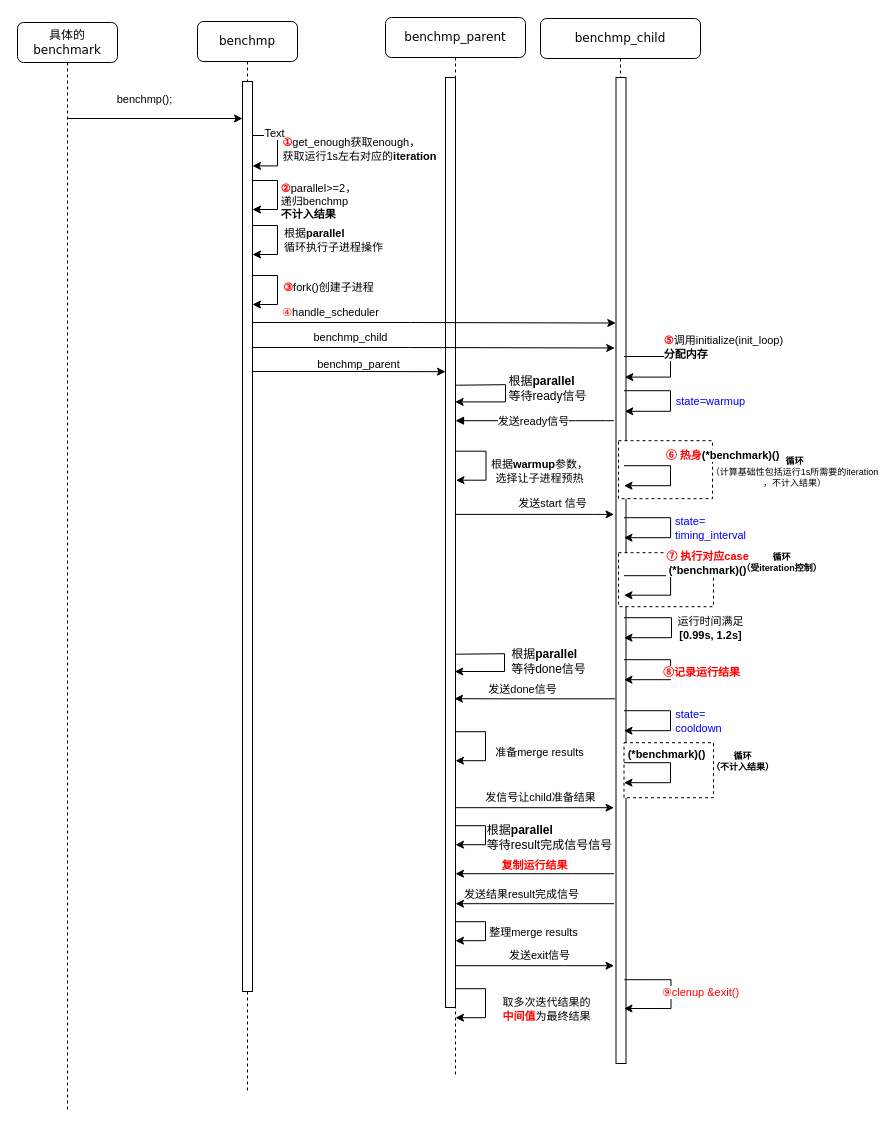
This is page "Page-1" (1 of 2) of lmbench.drawio from michaelyaoxxx/draw_io, a draw.io file, before an edit. Source tidied: cells renumbered, new cells numbered last; positions are measured from the earlier drawing's top-left corner, leaving out a move shared by most shapes. Both pictures are drawn from the tidied source at 100%, with x=0, y=0 at pixel (17, 17).
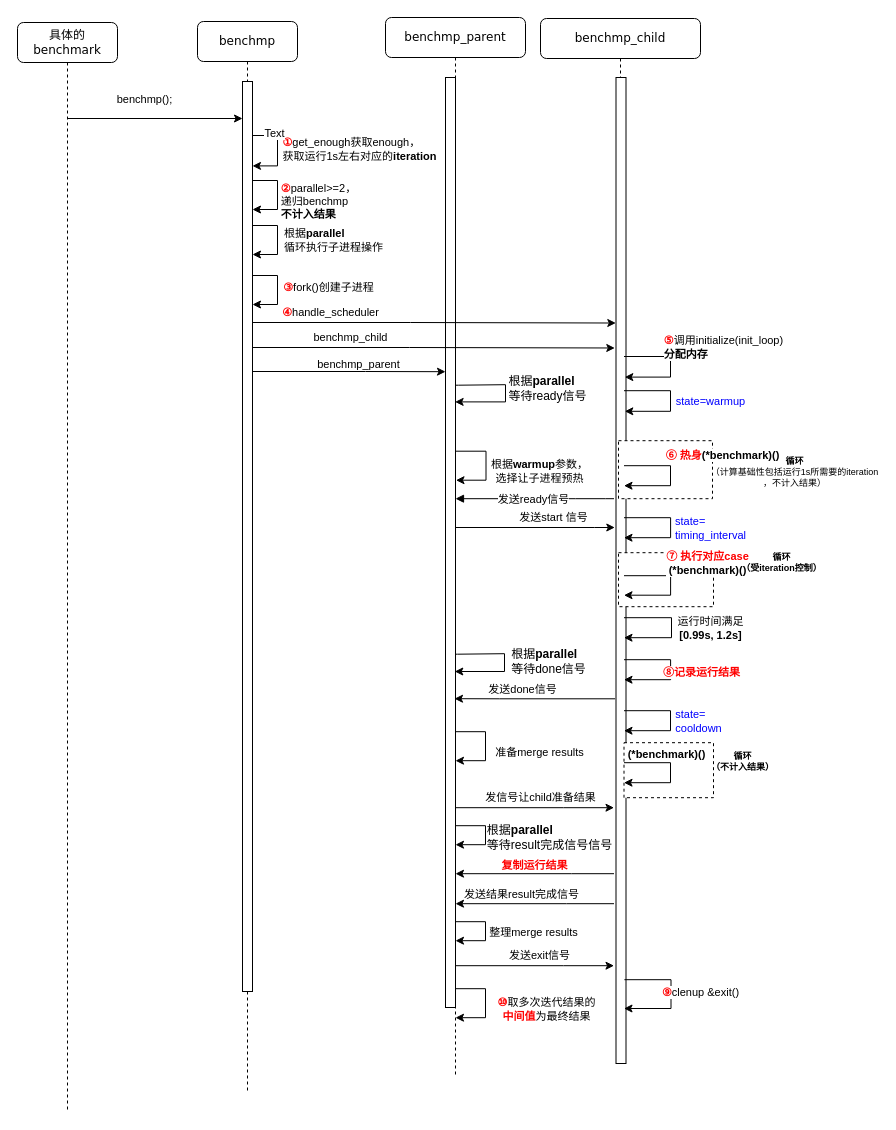
After the change.

The change refers to these unchanged cells:
```xml
<mxCell id="2" value="benchmp_child" style="shape=umlLifeline;perimeter=lifelinePerimeter;whiteSpace=wrap;html=1;rounded=1;shadow=0;comic=0;labelBackgroundColor=none;strokeWidth=1;fontFamily=Verdana;fontSize=12;align=center;" parent="1" vertex="1">
  <mxGeometry x="523" y="1" width="160" height="1046" as="geometry" />
</mxCell>
<mxCell id="4" value="benchmp_parent" style="shape=umlLifeline;perimeter=lifelinePerimeter;whiteSpace=wrap;html=1;rounded=1;shadow=0;comic=0;labelBackgroundColor=none;strokeWidth=1;fontFamily=Verdana;fontSize=12;align=center;" parent="1" vertex="1">
  <mxGeometry x="368" width="140" height="1060" as="geometry" />
</mxCell>
<mxCell id="15" style="edgeStyle=orthogonalEdgeStyle;rounded=0;orthogonalLoop=1;jettySize=auto;html=1;entryX=0.96;entryY=0.753;entryDx=0;entryDy=0;entryPerimeter=0;" parent="4" edge="1">
  <mxGeometry relative="1" as="geometry">
    <mxPoint x="238.9" y="962.2" as="sourcePoint" />
    <mxPoint x="238.5" y="991" as="targetPoint" />
    <Array as="points">
      <mxPoint x="285.5" y="962.1" />
      <mxPoint x="285.5" y="991.1" />
    </Array>
  </mxGeometry>
</mxCell>
<mxCell id="39" style="edgeStyle=orthogonalEdgeStyle;rounded=0;orthogonalLoop=1;jettySize=auto;html=1;" parent="4" edge="1">
  <mxGeometry relative="1" as="geometry">
    <mxPoint x="70" y="971.2" as="sourcePoint" />
    <mxPoint x="70" y="1000.2" as="targetPoint" />
    <Array as="points">
      <mxPoint x="100" y="971.2" />
      <mxPoint x="100" y="1000.2" />
    </Array>
  </mxGeometry>
</mxCell>
<mxCell id="75" style="edgeStyle=orthogonalEdgeStyle;rounded=0;jettySize=auto;html=1;entryX=-0.019;entryY=0.249;entryDx=0;entryDy=0;entryPerimeter=0;" parent="1" edge="1" target="3">
  <mxGeometry relative="1" as="geometry">
    <mxPoint x="235" y="305" as="sourcePoint" />
    <Array as="points">
      <mxPoint x="393" y="305" />
    </Array>
  </mxGeometry>
</mxCell>
```

The edit, as a diff of the source:
```diff
@@
+    <mxCell id="52" style="edgeStyle=orthogonalEdgeStyle;rounded=0;orthogonalLoop=1;jettySize=auto;html=1;exitX=0.922;exitY=0.476;exitDx=0;exitDy=0;exitPerimeter=0;" parent="2" edge="1">
+      <mxGeometry relative="1" as="geometry">
+        <mxPoint x="-85" y="509" as="sourcePoint" />
+        <mxPoint x="74.3" y="509" as="targetPoint" />
+        <Array as="points">
+          <mxPoint x="53.8" y="509.3" />
+          <mxPoint x="53.8" y="509.3" />
+        </Array>
+      </mxGeometry>
+    </mxCell>
+    <mxCell id="53" value="&lt;div style=&quot;text-align: left;&quot;&gt;&lt;div&gt;发送start 信号&lt;/div&gt;&lt;/div&gt;" style="edgeLabel;html=1;align=center;verticalAlign=middle;" parent="52" vertex="1">
+      <mxGeometry x="-0.45" relative="1" as="geometry">
+        <mxPoint x="53" y="-11" as="offset" />
+      </mxGeometry>
+    </mxCell>
@@
-    <mxCell id="16" value="&lt;div style=&quot;text-align: left;&quot;&gt;&lt;font color=&quot;#ff0000&quot;&gt;⑨clenup &amp;amp;exit()&lt;/font&gt;&lt;br&gt;&lt;/div&gt;" style="edgeLabel;html=1;align=center;verticalAlign=middle;" parent="15" vertex="1">
+    <mxCell id="16" value="&lt;div style=&quot;text-align: left;&quot;&gt;&lt;font&gt;&lt;b style=&quot;color: light-dark(rgb(255, 0, 0), rgb(255, 144, 144));&quot;&gt;⑨&lt;/b&gt;&lt;font style=&quot;color: rgb(0, 0, 0);&quot;&gt;clenup &amp;amp;exit()&lt;/font&gt;&lt;/font&gt;&lt;br&gt;&lt;/div&gt;" style="edgeLabel;html=1;align=center;verticalAlign=middle;" parent="15" vertex="1">
       <mxGeometry x="-0.45" relative="1" as="geometry">
         <mxPoint x="42" y="12" as="offset" />
       </mxGeometry>
     </mxCell>
@@
-    <mxCell id="40" value="&lt;font color=&quot;#000000&quot;&gt;取多次迭代结果的&lt;br&gt;&lt;/font&gt;&lt;b style=&quot;&quot;&gt;中间值&lt;/b&gt;&lt;font color=&quot;#000000&quot;&gt;为最终结果&lt;/font&gt;" style="edgeLabel;html=1;align=center;verticalAlign=middle;fontColor=#FF0000;" parent="39" vertex="1">
+    <mxCell id="40" value="&lt;font&gt;&lt;b style=&quot;&quot;&gt;&lt;font style=&quot;color: rgb(255, 0, 0);&quot;&gt;⑩&lt;/font&gt;&lt;/b&gt;&lt;font style=&quot;color: rgb(0, 0, 0);&quot;&gt;取多次迭代结果的&lt;/font&gt;&lt;br&gt;&lt;/font&gt;&lt;b style=&quot;&quot;&gt;中间值&lt;/b&gt;&lt;font color=&quot;#000000&quot;&gt;为最终结果&lt;/font&gt;" style="edgeLabel;html=1;align=center;verticalAlign=middle;fontColor=#FF0000;" parent="39" vertex="1">
       <mxGeometry x="-0.47" y="-1" relative="1" as="geometry">
         <mxPoint x="66" y="19" as="offset" />
       </mxGeometry>
     </mxCell>
@@
     <mxCell id="51" value="&lt;span style=&quot;text-align: left;&quot;&gt;发送ready信号&lt;/span&gt;" style="html=1;verticalAlign=bottom;endArrow=block;rounded=0;" parent="4" edge="1">
       <mxGeometry x="0.02" y="10" relative="1" as="geometry">
-        <mxPoint x="228.5" y="403.2" as="sourcePoint" />
-        <mxPoint x="70" y="403.2" as="targetPoint" />
+        <mxPoint x="228.5" y="481.2" as="sourcePoint" />
+        <mxPoint x="70" y="481.2" as="targetPoint" />
         <Array as="points">
-          <mxPoint x="220" y="403.2" />
-          <mxPoint x="190" y="403.2" />
+          <mxPoint x="220" y="481.2" />
+          <mxPoint x="190" y="481.2" />
         </Array>
       </mxGeometry>
     </mxCell>
-    <mxCell id="52" style="edgeStyle=orthogonalEdgeStyle;rounded=0;orthogonalLoop=1;jettySize=auto;html=1;exitX=0.922;exitY=0.476;exitDx=0;exitDy=0;exitPerimeter=0;" parent="4" edge="1">
-      <mxGeometry relative="1" as="geometry">
-        <mxPoint x="69.2" y="496.9" as="sourcePoint" />
-        <mxPoint x="228.5" y="496.9" as="targetPoint" />
-        <Array as="points">
-          <mxPoint x="208" y="497.2" />
-          <mxPoint x="208" y="497.2" />
-        </Array>
-      </mxGeometry>
-    </mxCell>
-    <mxCell id="53" value="&lt;div style=&quot;text-align: left;&quot;&gt;&lt;div&gt;发送start 信号&lt;/div&gt;&lt;/div&gt;" style="edgeLabel;html=1;align=center;verticalAlign=middle;" parent="52" vertex="1">
-      <mxGeometry x="-0.45" relative="1" as="geometry">
-        <mxPoint x="53" y="-11" as="offset" />
-      </mxGeometry>
-    </mxCell>
@@
-    <mxCell id="76" value="&lt;div style=&quot;text-align: left;&quot;&gt;&lt;div&gt;&lt;font style=&quot;color: rgb(255, 0, 0);&quot;&gt;④&lt;/font&gt;handle_scheduler&lt;/div&gt;&lt;/div&gt;" style="edgeLabel;html=1;align=center;verticalAlign=middle;" parent="75" vertex="1">
+    <mxCell id="76" value="&lt;div style=&quot;text-align: left;&quot;&gt;&lt;div&gt;&lt;font style=&quot;color: rgb(255, 0, 0);&quot;&gt;&lt;b&gt;④&lt;/b&gt;&lt;/font&gt;handle_scheduler&lt;/div&gt;&lt;/div&gt;" style="edgeLabel;html=1;align=center;verticalAlign=middle;" parent="75" vertex="1">
       <mxGeometry x="-0.45" relative="1" as="geometry">
         <mxPoint x="-23" y="-11" as="offset" />
       </mxGeometry>
     </mxCell>
```
